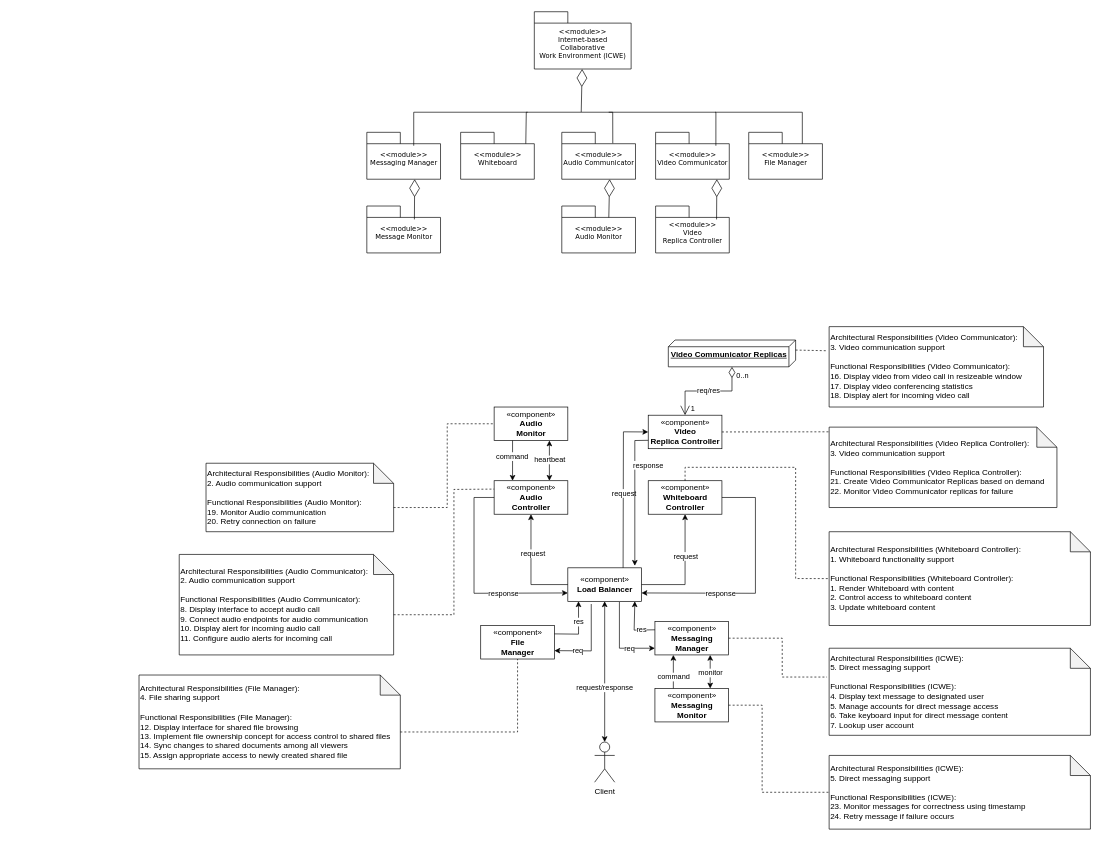
The draw.io diagram page "AD5_Messenger" (6 of 6) of Project_Checkpoint_4.drawio in james-mcallister/diagrams, before the edit. Source tidied: cells renumbered, new cells numbered last; positions are measured from the earlier drawing's top-left corner, leaving out a move shared by most shapes. Both pictures are drawn from the tidied source at 67%, with x=0, y=0 at pixel (139, 11).
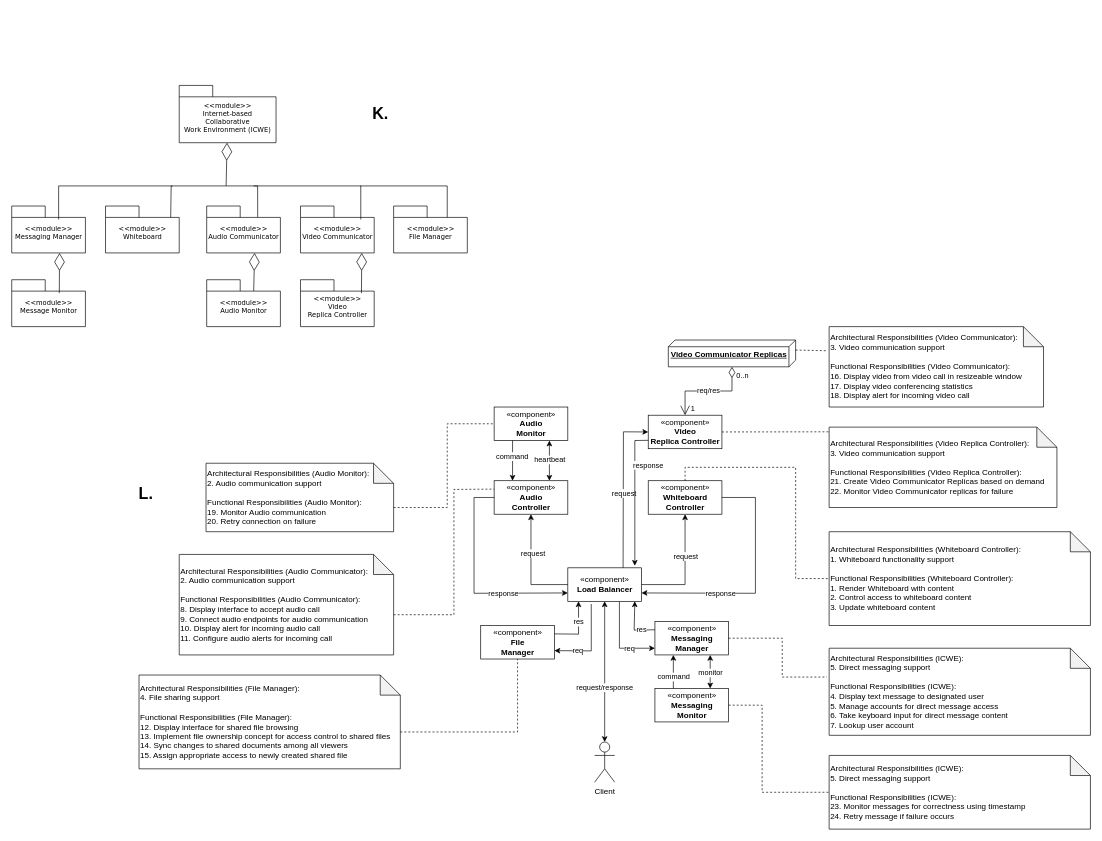
Above is the later version.

The change refers to these unchanged cells:
```xml
<mxCell id="3" value="&lt;span style=&quot;font-weight: normal;&quot;&gt;&amp;lt;&amp;lt;module&amp;gt;&amp;gt;&lt;br&gt;Internet-based &lt;br&gt;Collaborative &lt;br&gt;Work Environment (ICWE)&lt;/span&gt;" style="shape=folder;fontStyle=1;spacingTop=10;tabWidth=50;tabHeight=17;tabPosition=left;html=1;rounded=0;shadow=0;comic=0;labelBackgroundColor=none;strokeWidth=1;fontFamily=Verdana;fontSize=10;align=center;" parent="2" vertex="1">
  <mxGeometry width="144.5" height="85.5" as="geometry" />
</mxCell>
<mxCell id="7" value="&lt;span style=&quot;font-weight: normal;&quot;&gt;&amp;lt;&amp;lt;module&amp;gt;&amp;gt;&lt;br&gt;Whiteboard&lt;br&gt;&lt;/span&gt;" style="shape=folder;fontStyle=1;spacingTop=10;tabWidth=50;tabHeight=17;tabPosition=left;html=1;rounded=0;shadow=0;comic=0;labelBackgroundColor=none;strokeWidth=1;fontFamily=Verdana;fontSize=10;align=center;" parent="6" vertex="1">
  <mxGeometry width="110" height="70" as="geometry" />
</mxCell>
<mxCell id="13" value="&lt;span style=&quot;font-weight: normal;&quot;&gt;&amp;lt;&amp;lt;module&amp;gt;&amp;gt;&lt;br&gt;Audio Communicator&lt;br&gt;&lt;/span&gt;" style="shape=folder;fontStyle=1;spacingTop=10;tabWidth=50;tabHeight=17;tabPosition=left;html=1;rounded=0;shadow=0;comic=0;labelBackgroundColor=none;strokeWidth=1;fontFamily=Verdana;fontSize=10;align=center;" parent="12" vertex="1">
  <mxGeometry width="110" height="70" as="geometry" />
</mxCell>
<mxCell id="39" value="&lt;span style=&quot;font-weight: normal;&quot;&gt;&amp;lt;&amp;lt;module&amp;gt;&amp;gt;&lt;br&gt;Video Communicator&lt;br&gt;&lt;/span&gt;" style="shape=folder;fontStyle=1;spacingTop=10;tabWidth=50;tabHeight=17;tabPosition=left;html=1;rounded=0;shadow=0;comic=0;labelBackgroundColor=none;strokeWidth=1;fontFamily=Verdana;fontSize=10;align=center;" parent="38" vertex="1">
  <mxGeometry width="110" height="70" as="geometry" />
</mxCell>
<mxCell id="58" value="&lt;span style=&quot;font-weight: normal;&quot;&gt;&amp;lt;&amp;lt;module&amp;gt;&amp;gt;&lt;br&gt;File Manager&lt;br&gt;&lt;/span&gt;" style="shape=folder;fontStyle=1;spacingTop=10;tabWidth=50;tabHeight=17;tabPosition=left;html=1;rounded=0;shadow=0;comic=0;labelBackgroundColor=none;strokeWidth=1;fontFamily=Verdana;fontSize=10;align=center;" parent="57" vertex="1">
  <mxGeometry width="110" height="70" as="geometry" />
</mxCell>
```

Diff of the diagram source:
```diff
@@
     <mxCell id="2" style="group;" parent="1" vertex="1">
-      <mxGeometry x="590" width="144.5" height="85.5" as="geometry" />
+      <mxGeometry x="60" y="110" width="144.5" height="85.5" as="geometry" />
     </mxCell>
@@
     <mxCell id="6" style="group;" parent="1" vertex="1">
-      <mxGeometry x="480" y="180" width="110" height="70" as="geometry" />
+      <mxGeometry x="-50" y="290" width="110" height="70" as="geometry" />
     </mxCell>
@@
     <mxCell id="8" style="endArrow=diamondThin;endFill=0;endSize=24;html=1;rounded=0;" parent="1" edge="1" target="3">
       <mxGeometry relative="1" as="geometry">
-        <mxPoint x="660" y="150" as="sourcePoint" />
+        <mxPoint x="130" y="260" as="sourcePoint" />
       </mxGeometry>
     </mxCell>
@@
     <mxCell id="12" style="group;" parent="1" vertex="1">
-      <mxGeometry x="631" y="180" width="110" height="70" as="geometry" />
+      <mxGeometry x="101" y="290" width="110" height="70" as="geometry" />
     </mxCell>
@@
     <mxCell id="14" style="endArrow=none;html=1;rounded=0;exitX=0;exitY=0;exitDx=97.25;exitDy=17;exitPerimeter=0;" parent="1" edge="1" source="7">
       <mxGeometry relative="1" as="geometry">
-        <mxPoint x="660" y="150" as="targetPoint" />
+        <mxPoint x="130" y="260" as="targetPoint" />
         <Array as="points">
-          <mxPoint x="578" y="150" />
+          <mxPoint x="48" y="260" />
         </Array>
       </mxGeometry>
     </mxCell>
     <mxCell id="15" style="endArrow=none;html=1;rounded=0;exitX=0.692;exitY=0.234;exitDx=0;exitDy=0;exitPerimeter=0;" parent="1" edge="1" source="13">
       <mxGeometry relative="1" as="geometry">
-        <mxPoint x="660" y="150" as="targetPoint" />
+        <mxPoint x="130" y="260" as="targetPoint" />
         <Array as="points">
-          <mxPoint x="707" y="150" />
+          <mxPoint x="177" y="260" />
         </Array>
       </mxGeometry>
     </mxCell>
@@
     <mxCell id="31" style="endArrow=diamondThin;endFill=0;endSize=24;html=1;rounded=0;" parent="1" edge="1">
       <mxGeometry relative="1" as="geometry">
-        <mxPoint x="701" y="314.5" as="sourcePoint" />
-        <mxPoint x="702.4" y="250" as="targetPoint" />
+        <mxPoint x="171" y="424.5" as="sourcePoint" />
+        <mxPoint x="172.4" y="360" as="targetPoint" />
       </mxGeometry>
     </mxCell>
     <mxCell id="32" style="group;" parent="1" vertex="1">
-      <mxGeometry x="631" y="290" width="110" height="70" as="geometry" />
+      <mxGeometry x="101" y="400" width="110" height="70" as="geometry" />
     </mxCell>
@@
     <mxCell id="38" style="group;" parent="1" vertex="1">
-      <mxGeometry x="771" y="180" width="110" height="70" as="geometry" />
+      <mxGeometry x="241" y="290" width="110" height="70" as="geometry" />
     </mxCell>
@@
     <mxCell id="40" style="endArrow=none;html=1;rounded=0;entryX=0.818;entryY=0.286;entryDx=0;entryDy=0;entryPerimeter=0;" parent="1" edge="1" target="39">
       <mxGeometry relative="1" as="geometry">
-        <mxPoint x="701" y="150" as="sourcePoint" />
+        <mxPoint x="171" y="260" as="sourcePoint" />
         <Array as="points">
-          <mxPoint x="861" y="150" />
+          <mxPoint x="331" y="260" />
         </Array>
       </mxGeometry>
     </mxCell>
     <mxCell id="41" style="group;" parent="1" vertex="1">
-      <mxGeometry x="771" y="290" width="110" height="70" as="geometry" />
+      <mxGeometry x="241" y="400" width="110" height="70" as="geometry" />
     </mxCell>
@@
     <mxCell id="43" style="endArrow=diamondThin;endFill=0;endSize=24;html=1;rounded=0;" parent="1" edge="1">
       <mxGeometry relative="1" as="geometry">
-        <mxPoint x="862" y="310" as="sourcePoint" />
-        <mxPoint x="862.4" y="250" as="targetPoint" />
+        <mxPoint x="332" y="420" as="sourcePoint" />
+        <mxPoint x="332.4" y="360" as="targetPoint" />
       </mxGeometry>
     </mxCell>
@@
     <mxCell id="57" style="group;" parent="1" vertex="1">
-      <mxGeometry x="910" y="180" width="110" height="70" as="geometry" />
+      <mxGeometry x="380" y="290" width="110" height="70" as="geometry" />
     </mxCell>
@@
     <mxCell id="59" style="endArrow=none;html=1;rounded=0;exitX=0;exitY=0;exitDx=80;exitDy=17;exitPerimeter=0;" parent="1" edge="1" source="58">
       <mxGeometry relative="1" as="geometry">
-        <mxPoint x="860" y="150" as="targetPoint" />
+        <mxPoint x="330" y="260" as="targetPoint" />
         <Array as="points">
-          <mxPoint x="990" y="150" />
+          <mxPoint x="460" y="260" />
         </Array>
       </mxGeometry>
     </mxCell>
@@
     <mxCell id="69" style="group;" parent="1" vertex="1">
-      <mxGeometry x="340" y="180" width="110" height="70" as="geometry" />
+      <mxGeometry x="-190" y="290" width="110" height="70" as="geometry" />
     </mxCell>
@@
     <mxCell id="71" style="endArrow=none;html=1;rounded=0;" parent="1" edge="1">
       <mxGeometry relative="1" as="geometry">
-        <mxPoint x="410" y="200" as="sourcePoint" />
-        <mxPoint x="580" y="150" as="targetPoint" />
+        <mxPoint x="-120" y="310" as="sourcePoint" />
+        <mxPoint x="50" y="260" as="targetPoint" />
         <Array as="points">
-          <mxPoint x="410" y="150" />
+          <mxPoint x="-120" y="260" />
         </Array>
       </mxGeometry>
     </mxCell>
@@
     <mxCell id="78" style="group;" parent="1" vertex="1">
-      <mxGeometry x="340" y="290" width="110" height="70" as="geometry" />
+      <mxGeometry x="-190" y="400" width="110" height="70" as="geometry" />
     </mxCell>
@@
     <mxCell id="80" style="endArrow=diamondThin;endFill=0;endSize=24;html=1;rounded=0;" parent="1" edge="1">
       <mxGeometry relative="1" as="geometry">
-        <mxPoint x="411" y="310" as="sourcePoint" />
-        <mxPoint x="411.4" y="250" as="targetPoint" />
+        <mxPoint x="-119" y="420" as="sourcePoint" />
+        <mxPoint x="-118.6" y="360" as="targetPoint" />
       </mxGeometry>
     </mxCell>
@@
+    <mxCell id="88" value="K." style="text;strokeColor=none;fillColor=none;html=1;fontSize=24;fontStyle=1;verticalAlign=middle;align=center;" parent="1" vertex="1">
+      <mxGeometry x="310" y="132.8" width="100" height="40" as="geometry" />
+    </mxCell>
+    <mxCell id="89" value="L." style="text;strokeColor=none;fillColor=none;html=1;fontSize=24;fontStyle=1;verticalAlign=middle;align=center;" parent="1" vertex="1">
+      <mxGeometry x="-40" y="700" width="100" height="40" as="geometry" />
+    </mxCell>
```
